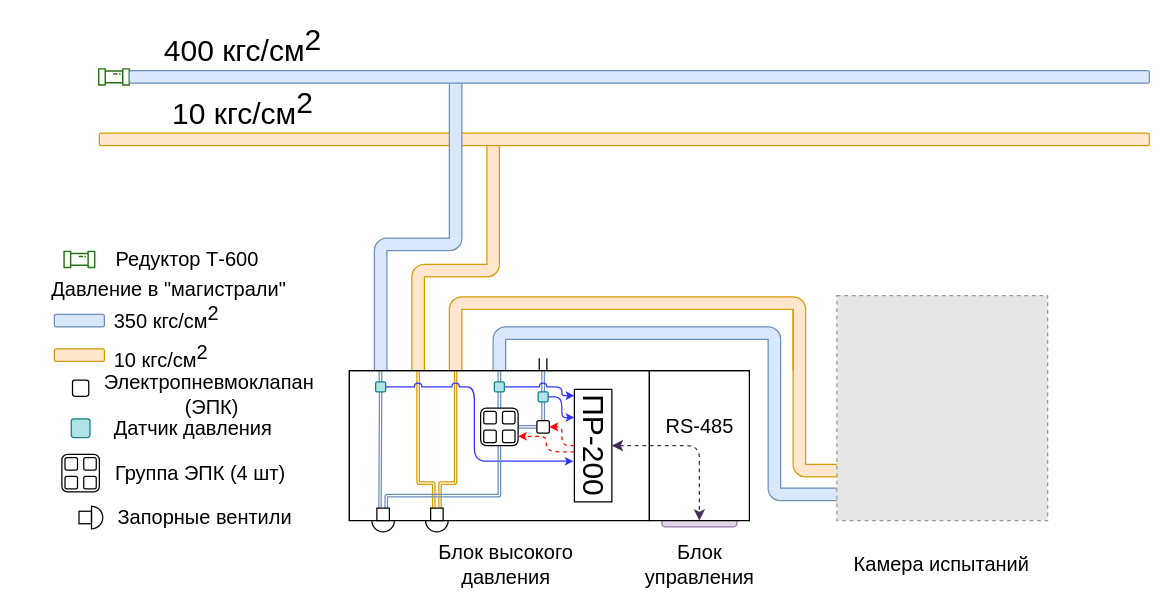
Earlier version of the draw.io diagram Arhitecture.drawio (wolkoduff/-). Source tidied: cells renumbered, new cells numbered last; positions are measured from the earlier drawing's top-left corner, leaving out a move shared by most shapes. Both pictures are drawn from the tidied source at 125%, with x=0, y=0 at pixel (49, 32). Pictures stored in the file or linked from it are replaced by grey dashed boxes.
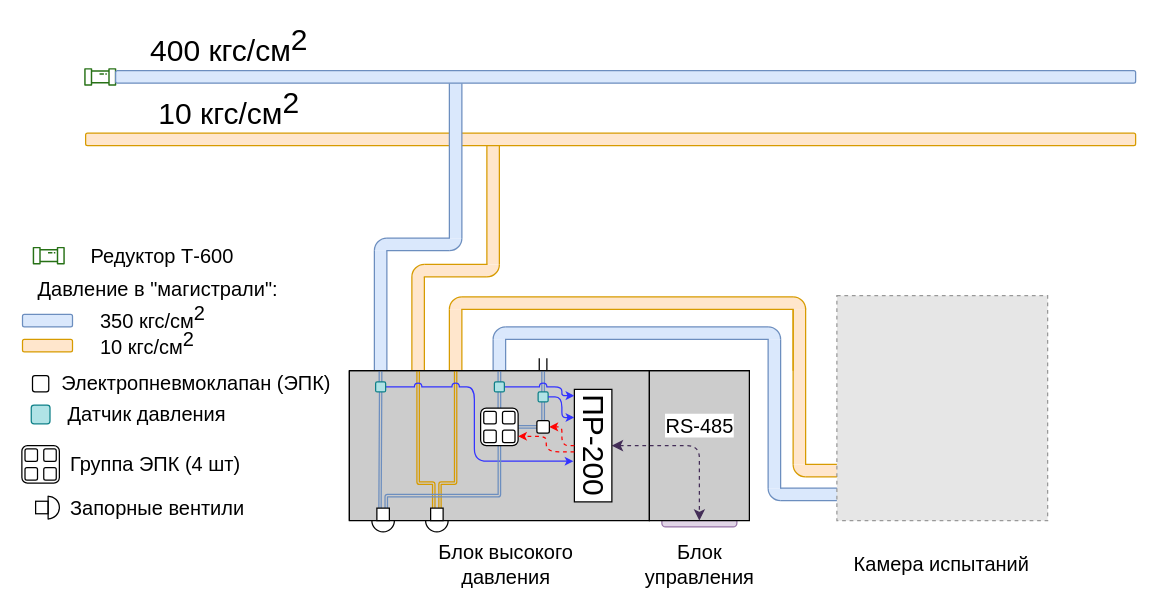
After the change.

The change refers to these unchanged cells:
```xml
<mxCell id="12" style="rounded=0;whiteSpace=wrap;html=1;fillColor=#dae8fc;rotation=90;strokeColor=none;" parent="1" vertex="1">
  <mxGeometry x="347.5" y="252.5" width="25" height="10" as="geometry" />
</mxCell>
<mxCell id="84" style="whiteSpace=wrap;html=1;rounded=0;glass=0;fontSize=24;" parent="1" vertex="1">
  <mxGeometry x="305" y="380" width="10" height="10" as="geometry" />
</mxCell>
<mxCell id="95" style="rounded=1;whiteSpace=wrap;html=1;fontSize=24;glass=0;" parent="1" vertex="1">
  <mxGeometry x="390" y="310" width="10" height="10" as="geometry" />
</mxCell>
<mxCell id="97" style="rounded=1;whiteSpace=wrap;html=1;fontSize=24;glass=0;fillColor=#b0e3e6;strokeColor=#0e8088;" parent="1" vertex="1">
  <mxGeometry x="356" y="279" width="8" height="8" as="geometry" />
</mxCell>
<mxCell id="98" style="rounded=1;whiteSpace=wrap;html=1;fontSize=24;glass=0;fillColor=#b0e3e6;strokeColor=#0e8088;" parent="1" vertex="1">
  <mxGeometry x="391" y="287" width="8" height="8" as="geometry" />
</mxCell>
<mxCell id="100" style="rounded=1;whiteSpace=wrap;html=1;fontSize=24;glass=0;" parent="1" vertex="1">
  <mxGeometry x="345" y="300" width="30" height="30" as="geometry" />
</mxCell>
```

The edit, as a diff of the source:
```diff
@@
-    <mxCell id="5" style="rounded=0;whiteSpace=wrap;html=1;fontSize=24;" parent="1" vertex="1">
+    <mxCell id="5" style="rounded=0;whiteSpace=wrap;html=1;fontSize=24;fillColor=#CCCCCC;" parent="1" vertex="1">
       <mxGeometry x="240" y="270" width="240" height="120" as="geometry" />
     </mxCell>
     <mxCell id="6" style="endArrow=none;html=1;shadow=0;strokeColor=#d79b00;strokeWidth=1;fontSize=24;exitX=0.25;exitY=0;exitDx=0;exitDy=0;edgeStyle=orthogonalEdgeStyle;endFill=0;startFill=0;sketch=0;fillColor=#ffe6cc;shape=link;width=1.9553072625698338;" parent="1" edge="1" source="84">
-      <mxGeometry x="301" y="520" as="geometry">
+      <mxGeometry x="312" y="520" as="geometry">
         <mxPoint x="295" y="270" as="targetPoint" />
         <Array as="points">
           <mxPoint x="308" y="360" />
           <mxPoint x="295" y="360" />
         </Array>
       </mxGeometry>
     </mxCell>
@@
     <mxCell id="10" style="edgeStyle=orthogonalEdgeStyle;rounded=1;sketch=0;jettySize=auto;html=1;shadow=0;startArrow=none;startFill=0;strokeColor=#6c8ebf;strokeWidth=1;fontSize=24;endArrow=none;endFill=0;shape=link;width=-2.096774193548387;fillColor=#dae8fc;entryX=1;entryY=0.5;entryDx=0;entryDy=0;exitX=0.5;exitY=0;exitDx=0;exitDy=0;" parent="1" edge="1" source="97" target="12">
-      <mxGeometry x="301" y="501.5" as="geometry" />
+      <mxGeometry x="312" y="501.5" as="geometry" />
     </mxCell>
@@
     <mxCell id="15" value="400 кгс/см&lt;sup style=&quot;font-size: 24px;&quot;&gt;2&lt;/sup&gt;" style="text;html=1;strokeColor=none;fillColor=none;align=center;verticalAlign=middle;whiteSpace=wrap;rounded=0;fontSize=24;" parent="1" vertex="1">
-      <mxGeometry x="80" width="150" height="20" as="geometry" />
+      <mxGeometry x="69" width="150" height="20" as="geometry" />
     </mxCell>
     <mxCell id="16" value="10 кгс/см&lt;sup style=&quot;font-size: 24px&quot;&gt;2&lt;/sup&gt;" style="text;html=1;strokeColor=none;fillColor=none;align=center;verticalAlign=middle;whiteSpace=wrap;rounded=0;fontSize=24;" parent="1" vertex="1">
-      <mxGeometry x="80" y="50" width="150" height="20" as="geometry" />
+      <mxGeometry x="69" y="50" width="150" height="20" as="geometry" />
     </mxCell>
     <mxCell id="17" style="fontColor=#232F3E;gradientColor=none;fillColor=#277116;strokeColor=none;dashed=0;verticalLabelPosition=bottom;verticalAlign=top;align=center;html=1;fontSize=12;fontStyle=0;shape=mxgraph.aws4.iot_analytics_pipeline;" parent="1" vertex="1">
-      <mxGeometry x="38.7" y="28" width="26" height="14" as="geometry" />
+      <mxGeometry x="27.7" y="28" width="26" height="14" as="geometry" />
     </mxCell>
-    <mxCell id="18" style="rounded=0;whiteSpace=wrap;html=1;fontSize=24;" parent="1" vertex="1">
+    <mxCell id="18" style="rounded=0;whiteSpace=wrap;html=1;fontSize=24;fillColor=#CCCCCC;" parent="1" vertex="1">
       <mxGeometry x="480" y="270" width="80" height="120" as="geometry" />
     </mxCell>
@@
     <mxCell id="53" style="rounded=1;whiteSpace=wrap;html=1;fillColor=#ffe6cc;strokeColor=#d79b00;" parent="1" vertex="1">
-      <mxGeometry x="40" y="80" width="840" height="10" as="geometry" />
+      <mxGeometry x="29" y="80" width="840" height="10" as="geometry" />
     </mxCell>
@@
     <mxCell id="57" style="rounded=1;whiteSpace=wrap;html=1;fillColor=#dae8fc;strokeColor=#6c8ebf;" parent="1" vertex="1">
-      <mxGeometry x="64" y="30" width="816" height="10" as="geometry" />
+      <mxGeometry x="53" y="30" width="816" height="10" as="geometry" />
     </mxCell>
@@
     <mxCell id="83" style="endArrow=none;html=1;shadow=0;strokeColor=#d79b00;strokeWidth=1;fontSize=24;exitX=0.75;exitY=0;exitDx=0;exitDy=0;edgeStyle=orthogonalEdgeStyle;endFill=0;startFill=0;sketch=0;fillColor=#ffe6cc;shape=link;width=1.8435754189944138;" parent="1" edge="1" source="84">
-      <mxGeometry x="301" y="520" as="geometry">
+      <mxGeometry x="312" y="520" as="geometry">
         <mxPoint x="325" y="270" as="targetPoint" />
         <Array as="points">
           <mxPoint x="313" y="360" />
           <mxPoint x="325" y="360" />
         </Array>
       </mxGeometry>
     </mxCell>
@@
     <mxCell id="85" style="edgeStyle=orthogonalEdgeStyle;shape=link;rounded=1;jettySize=auto;html=1;exitX=1;exitY=0.5;exitDx=0;exitDy=0;entryX=0;entryY=0.5;entryDx=0;entryDy=0;strokeColor=#6c8ebf;shadow=0;fontSize=24;strokeWidth=1;fillColor=#dae8fc;endFill=0;endArrow=none;startFill=0;sketch=0;width=-2;" parent="1" edge="1" source="100" target="95">
-      <mxGeometry x="301" y="520" as="geometry" />
+      <mxGeometry x="312" y="520" as="geometry" />
     </mxCell>
     <mxCell id="86" style="edgeStyle=orthogonalEdgeStyle;rounded=1;sketch=0;jettySize=auto;html=1;shadow=0;startArrow=none;startFill=0;strokeColor=#6c8ebf;strokeWidth=1;fontSize=24;endArrow=none;endFill=0;shape=link;width=-2.096774193548387;fillColor=#dae8fc;entryX=0.5;entryY=1;entryDx=0;entryDy=0;exitX=0.5;exitY=0;exitDx=0;exitDy=0;" parent="1" edge="1" source="100" target="97">
-      <mxGeometry x="301" y="520" as="geometry" />
+      <mxGeometry x="312" y="520" as="geometry" />
     </mxCell>
     <mxCell id="87" style="edgeStyle=orthogonalEdgeStyle;rounded=1;sketch=0;jettySize=auto;html=1;shadow=0;startArrow=none;startFill=0;strokeColor=#6c8ebf;strokeWidth=1;fontSize=24;endArrow=none;endFill=0;shape=link;width=-2.096774193548387;fillColor=#dae8fc;entryX=0.5;entryY=1;entryDx=0;entryDy=0;exitX=0.5;exitY=0;exitDx=0;exitDy=0;" parent="1" edge="1" source="95" target="98">
-      <mxGeometry x="301" y="520" as="geometry" />
+      <mxGeometry x="312" y="520" as="geometry" />
     </mxCell>
     <mxCell id="88" style="edgeStyle=orthogonalEdgeStyle;rounded=1;sketch=0;jettySize=auto;html=1;shadow=0;startArrow=none;startFill=0;strokeColor=#6c8ebf;strokeWidth=1;fontSize=24;endArrow=none;endFill=0;shape=link;width=-2.096774193548387;fillColor=#dae8fc;exitX=0.5;exitY=0;exitDx=0;exitDy=0;" parent="1" edge="1" source="98">
-      <mxGeometry x="301" y="520" as="geometry">
+      <mxGeometry x="312" y="520" as="geometry">
         <mxPoint x="395" y="270" as="targetPoint" />
       </mxGeometry>
     </mxCell>
@@
     <mxCell id="90" style="edgeStyle=orthogonalEdgeStyle;rounded=1;sketch=0;orthogonalLoop=1;jettySize=auto;html=1;exitX=0.5;exitY=0;exitDx=0;exitDy=0;entryX=0.5;entryY=0;entryDx=0;entryDy=0;shadow=0;startArrow=none;startFill=0;strokeColor=#6c8ebf;strokeWidth=1;fontSize=24;endArrow=none;endFill=0;shape=link;width=-2.096774193548387;fillColor=#dae8fc;" parent="1" edge="1">
-      <mxGeometry x="301" y="520" as="geometry">
+      <mxGeometry x="312" y="520" as="geometry">
         <mxPoint x="264.9" y="279" as="sourcePoint" />
         <mxPoint x="264.9" y="270" as="targetPoint" />
       </mxGeometry>
     </mxCell>
@@
     <mxCell id="102" style="rounded=1;whiteSpace=wrap;html=1;fontSize=16;glass=0;fillColor=#b0e3e6;strokeColor=#0e8088;" parent="1" vertex="1">
-      <mxGeometry x="17.5" y="308.5" width="15" height="15" as="geometry" />
+      <mxGeometry x="-14.5" y="297.5" width="15" height="15" as="geometry" />
     </mxCell>
@@
     <mxCell id="107" style="rounded=1;whiteSpace=wrap;html=1;fontSize=16;glass=0;" parent="1" vertex="1">
-      <mxGeometry x="18.5" y="277.5" width="13" height="13" as="geometry" />
+      <mxGeometry x="-13.5" y="274" width="13" height="13" as="geometry" />
     </mxCell>
     <mxCell id="108" style="group;fontSize=16;" parent="1" vertex="1">
-      <mxGeometry x="10" y="337" width="30" height="30" as="geometry" />
+      <mxGeometry x="-22" y="330" width="30" height="30" as="geometry" />
     </mxCell>
@@
     <mxCell id="114" style="group;fontSize=16;" parent="1" vertex="1">
-      <mxGeometry x="23.7" y="378" width="19" height="19" as="geometry" />
+      <mxGeometry x="-11" y="370" width="19" height="19" as="geometry" />
     </mxCell>
@@
     <mxCell id="118" style="rounded=1;whiteSpace=wrap;html=1;fillColor=#ffe6cc;strokeColor=#d79b00;fontSize=16;" parent="1" vertex="1">
-      <mxGeometry x="4" y="252.5" width="40" height="10" as="geometry" />
+      <mxGeometry x="-21.5" y="245" width="40" height="10" as="geometry" />
     </mxCell>
     <mxCell id="119" style="rounded=1;whiteSpace=wrap;html=1;fillColor=#dae8fc;strokeColor=#6c8ebf;fontSize=16;" parent="1" vertex="1">
-      <mxGeometry x="4" y="225" width="40" height="10" as="geometry" />
+      <mxGeometry x="-21.5" y="225" width="40" height="10" as="geometry" />
     </mxCell>
     <mxCell id="120" style="fontColor=#232F3E;gradientColor=none;fillColor=#277116;strokeColor=none;dashed=0;verticalLabelPosition=bottom;verticalAlign=top;align=center;html=1;fontSize=16;fontStyle=0;shape=mxgraph.aws4.iot_analytics_pipeline;" parent="1" vertex="1">
-      <mxGeometry x="11" y="174" width="26" height="14" as="geometry" />
+      <mxGeometry x="-13.5" y="171" width="26" height="14" as="geometry" />
     </mxCell>
@@
     <mxCell id="124" value="Редуктор Т-600" style="text;html=1;strokeColor=none;fillColor=none;align=center;verticalAlign=middle;whiteSpace=wrap;rounded=0;fontSize=16;" parent="1" vertex="1">
-      <mxGeometry x="51.3" y="175" width="118.7" height="12" as="geometry" />
+      <mxGeometry x="31.1" y="172" width="118.7" height="12" as="geometry" />
     </mxCell>
     <mxCell id="125" value="350 кгс/см&lt;sup style=&quot;font-size: 16px;&quot;&gt;2&lt;/sup&gt;" style="text;html=1;strokeColor=none;fillColor=none;align=left;verticalAlign=middle;whiteSpace=wrap;rounded=0;fontSize=16;" parent="1" vertex="1">
-      <mxGeometry x="50" y="221" width="90" height="12" as="geometry" />
+      <mxGeometry x="39" y="221" width="90" height="12" as="geometry" />
     </mxCell>
     <mxCell id="126" value="10 кгс/см&lt;sup style=&quot;font-size: 16px;&quot;&gt;2&lt;/sup&gt;" style="text;html=1;strokeColor=none;fillColor=none;align=left;verticalAlign=middle;whiteSpace=wrap;rounded=0;fontSize=16;" parent="1" vertex="1">
-      <mxGeometry x="50" y="252.5" width="90" height="10" as="geometry" />
+      <mxGeometry x="39" y="242.5" width="90" height="10" as="geometry" />
     </mxCell>
-    <mxCell id="127" value="Давление в &quot;магистрали&quot;" style="text;html=1;strokeColor=none;fillColor=none;align=left;verticalAlign=middle;whiteSpace=wrap;rounded=0;fontSize=16;" parent="1" vertex="1">
-      <mxGeometry y="199" width="250" height="12" as="geometry" />
+    <mxCell id="127" value="Давление в &quot;магистрали&quot;:" style="text;html=1;strokeColor=none;fillColor=none;align=left;verticalAlign=middle;whiteSpace=wrap;rounded=0;fontSize=16;" parent="1" vertex="1">
+      <mxGeometry x="-11" y="199" width="250" height="12" as="geometry" />
     </mxCell>
-    <mxCell id="128" value="Электропневмоклапан&lt;br&gt;&amp;nbsp;(ЭПК)" style="text;html=1;strokeColor=none;fillColor=none;align=center;verticalAlign=middle;whiteSpace=wrap;rounded=0;fontSize=16;" parent="1" vertex="1">
-      <mxGeometry x="17.5" y="283" width="220" height="12" as="geometry" />
+    <mxCell id="128" value="Электропневмоклапан (ЭПК)" style="text;html=1;strokeColor=none;fillColor=none;align=left;verticalAlign=middle;whiteSpace=wrap;rounded=0;fontSize=16;" parent="1" vertex="1">
+      <mxGeometry x="8" y="274" width="253.5" height="12" as="geometry" />
     </mxCell>
     <mxCell id="129" value="Датчик давления" style="text;html=1;strokeColor=none;fillColor=none;align=left;verticalAlign=middle;whiteSpace=wrap;rounded=0;fontSize=16;" parent="1" vertex="1">
-      <mxGeometry x="50" y="310" width="170" height="12" as="geometry" />
+      <mxGeometry x="12.5" y="298.5" width="170" height="12" as="geometry" />
     </mxCell>
     <mxCell id="130" value="Группа ЭПК (4 шт)" style="text;html=1;strokeColor=none;fillColor=none;align=left;verticalAlign=middle;whiteSpace=wrap;rounded=0;fontSize=16;" parent="1" vertex="1">
-      <mxGeometry x="51.3" y="346" width="178.7" height="12" as="geometry" />
+      <mxGeometry x="15.2" y="339" width="178.7" height="12" as="geometry" />
     </mxCell>
     <mxCell id="131" value="Запорные вентили" style="text;html=1;strokeColor=none;fillColor=none;align=left;verticalAlign=middle;whiteSpace=wrap;rounded=0;fontSize=16;" parent="1" vertex="1">
-      <mxGeometry x="53.2" y="380.5" width="150.5" height="12" as="geometry" />
+      <mxGeometry x="15.3" y="373.5" width="150.5" height="12" as="geometry" />
     </mxCell>
```
